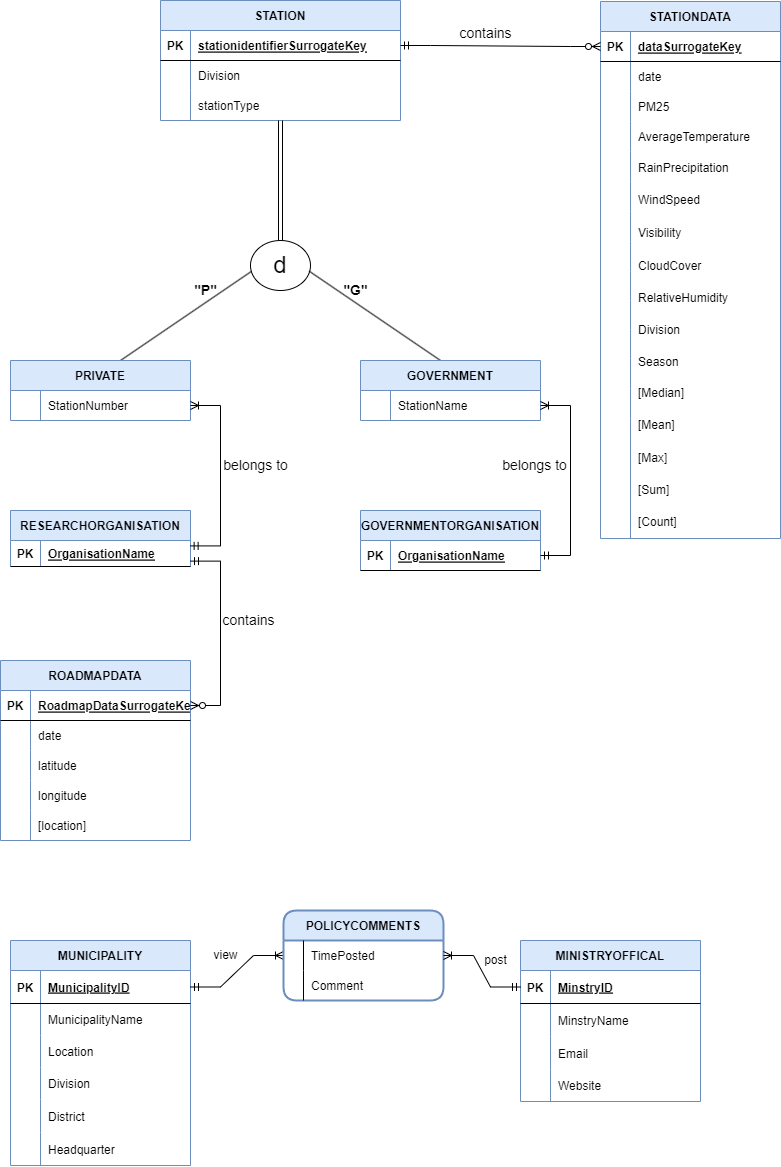
This is ERDFinal.drawio.png from toushifhossain1/AirQualityMonitoringOfBangladesh, a draw.io export, as it was before one commit. Source tidied: cells renumbered, new cells last; positions are measured from the earlier drawing's top-left corner, leaving out a move shared by most shapes.
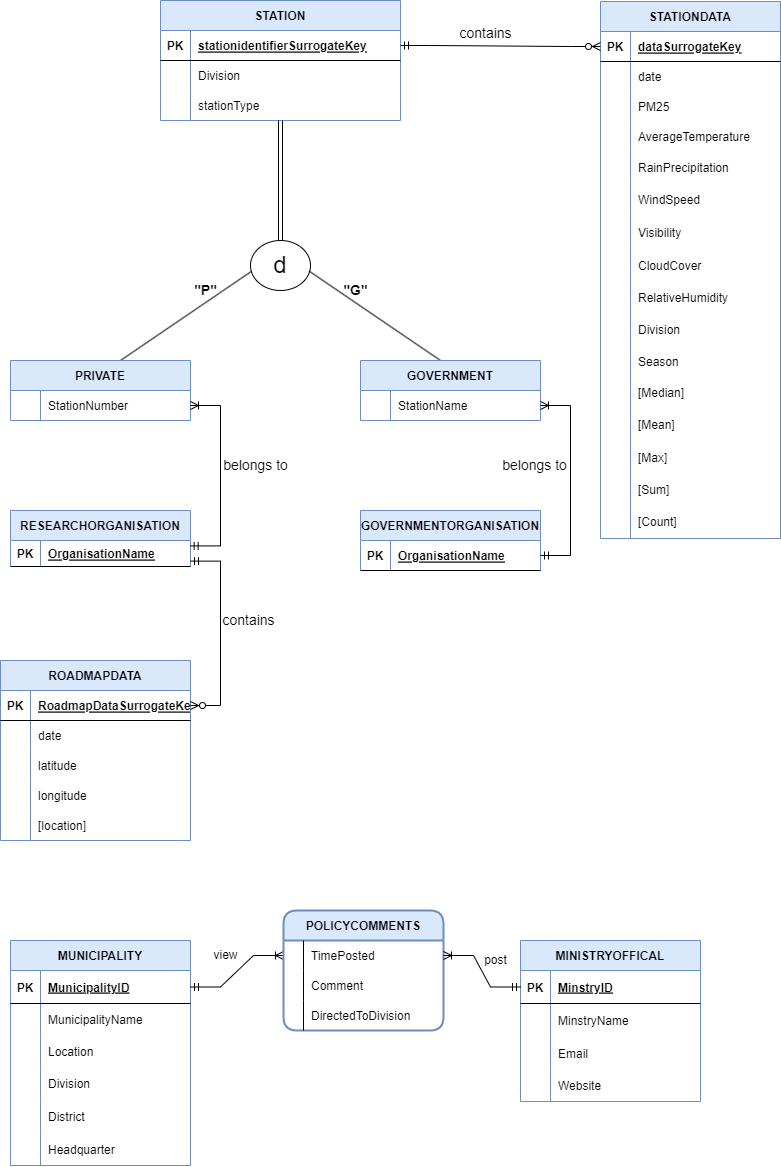
The same file after the commit.

The edit, as a diff of the source:
```diff
@@ -102,10 +102,10 @@
       <mxGeometry x="30" width="150" height="32" as="geometry" />
     </mxCell>
     <mxCell id="35" value="POLICYCOMMENTS" style="swimlane;horizontal=1;startSize=30;rounded=1;fontSize=12;fontStyle=1;strokeWidth=2;shadow=0;dashed=0;align=center;swimlaneLine=1;fillColor=#dae8fc;strokeColor=#6c8ebf;" parent="1" vertex="1">
-      <mxGeometry x="283" y="910" width="160" height="90" as="geometry" />
+      <mxGeometry x="283" y="910" width="160" height="120" as="geometry" />
     </mxCell>
     <mxCell id="36" style="shape=table;startSize=0;rowLines=0;fontStyle=0;align=center;strokeColor=none;fillColor=none;rounded=0;sketch=0;shadow=0;swimlaneLine=1;" parent="35" vertex="1">
-      <mxGeometry y="30" width="160" height="60" as="geometry" />
+      <mxGeometry y="30" width="160" height="90" as="geometry" />
     </mxCell>
     <mxCell id="37" style="shape=tableRow;horizontal=0;startSize=0;swimlaneHead=0;swimlaneBody=0;fillColor=none;points=[[0,0.5],[1,0.5]];portConstraint=eastwest;top=0;left=0;right=0;bottom=0;rounded=0;shadow=0;sketch=0;" parent="36" vertex="1">
       <mxGeometry width="160" height="30" as="geometry" />
@@ -125,6 +125,15 @@
     <mxCell id="42" value="Comment" style="shape=partialRectangle;fillColor=none;top=0;left=0;bottom=0;right=0;align=left;spacingLeft=6;overflow=hidden;rounded=0;shadow=0;sketch=0;" parent="40" vertex="1">
       <mxGeometry x="20" width="140" height="30" as="geometry" />
     </mxCell>
+    <mxCell id="158" style="shape=tableRow;horizontal=0;startSize=0;swimlaneHead=0;swimlaneBody=0;fillColor=none;top=0;left=0;right=0;bottom=0;rounded=0;shadow=0;sketch=0;" parent="36" vertex="1">
+      <mxGeometry y="60" width="160" height="30" as="geometry" />
+    </mxCell>
+    <mxCell id="159" style="shape=partialRectangle;fillColor=none;top=0;left=0;bottom=0;right=1;overflow=hidden;rounded=0;shadow=0;sketch=0;" parent="158" vertex="1">
+      <mxGeometry width="20" height="30" as="geometry" />
+    </mxCell>
+    <mxCell id="160" value="DirectedToDivision" style="shape=partialRectangle;fillColor=none;top=0;left=0;bottom=0;right=0;align=left;spacingLeft=6;overflow=hidden;rounded=0;shadow=0;sketch=0;" parent="158" vertex="1">
+      <mxGeometry x="20" width="140" height="30" as="geometry" />
+    </mxCell>
     <mxCell id="43" style="edgeStyle=entityRelationEdgeStyle;fontSize=12;html=1;endArrow=ERoneToMany;startArrow=ERmandOne;rounded=0;exitX=0;exitY=0.5;exitDx=0;exitDy=0;" parent="1" edge="1" source="23" target="37">
       <mxGeometry relative="1" as="geometry" />
     </mxCell>
```
